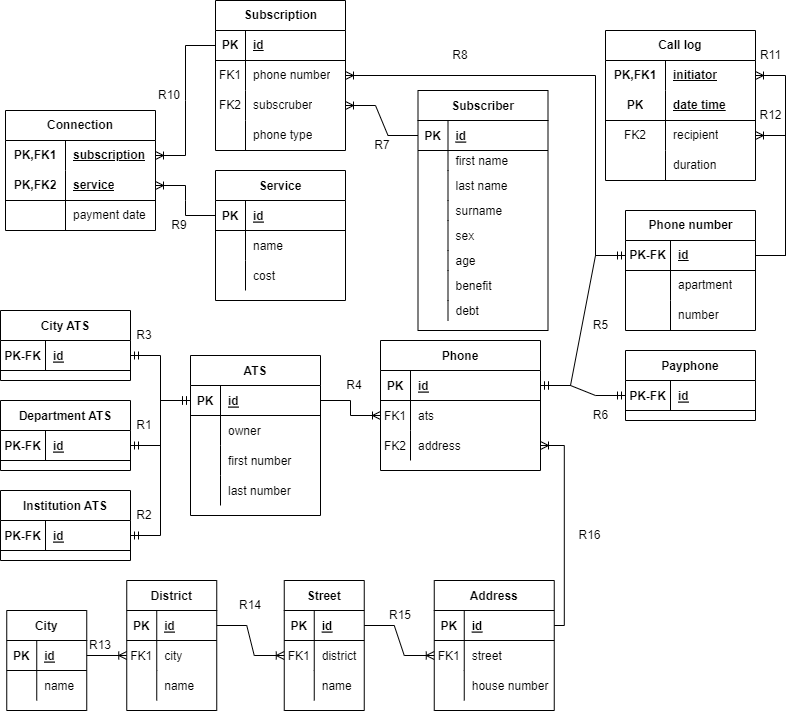
Before: report/resources/er.png, a diagram exported from draw.io (Flynis/citnis). Source tidied: cells renumbered, new cells last; positions are measured from the earlier drawing's top-left corner, leaving out a move shared by most shapes.
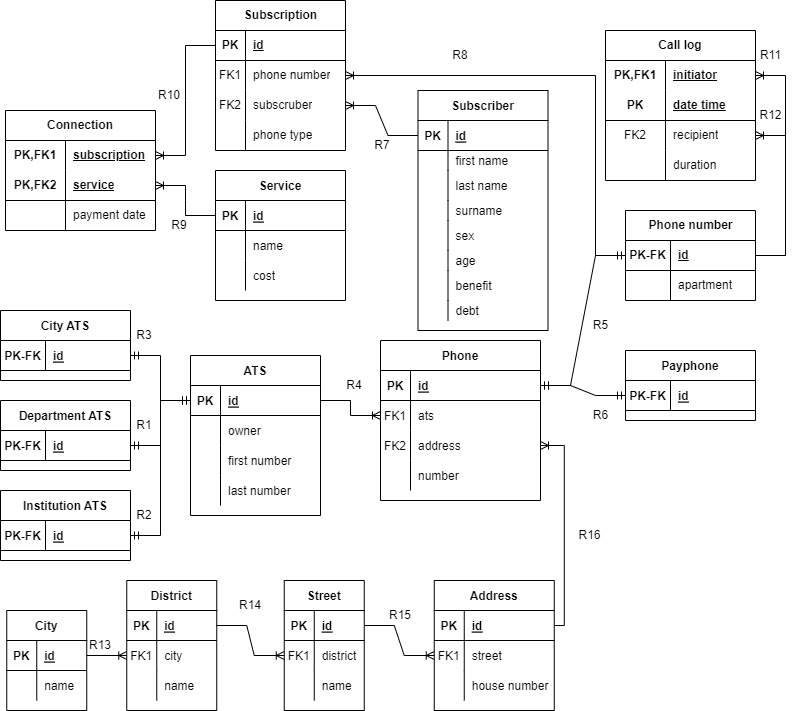
The same diagram one commit later.

What changed in the source:
```diff
@@ -3,7 +3,7 @@
     <mxCell id="0" />
     <mxCell id="1" parent="0" />
     <mxCell id="2" value="Phone" style="shape=table;startSize=30;rowLines=0;fontStyle=1;align=center;" parent="1" vertex="1">
-      <mxGeometry x="380" y="340" width="160" height="130" as="geometry" />
+      <mxGeometry x="380" y="340" width="160" height="160" as="geometry" />
     </mxCell>
     <mxCell id="3" style="shape=partialRectangle;fillColor=none;points=[[0,0.5],[1,0.5]];portConstraint=eastwest;top=0;left=0;right=0;bottom=1;" parent="2" vertex="1">
       <mxGeometry y="30" width="160" height="30" as="geometry" />
@@ -32,6 +32,15 @@
     <mxCell id="11" value="address" style="shape=partialRectangle;overflow=hidden;fillColor=none;top=0;left=0;bottom=0;right=0;align=left;spacingLeft=6;" parent="9" vertex="1">
       <mxGeometry x="30" width="130" height="30" as="geometry" />
     </mxCell>
+    <mxCell id="191" style="shape=partialRectangle;fillColor=none;top=0;left=0;right=0;bottom=0;" parent="2" vertex="1">
+      <mxGeometry y="120" width="160" height="30" as="geometry" />
+    </mxCell>
+    <mxCell id="192" style="shape=partialRectangle;overflow=hidden;fillColor=none;top=0;left=0;bottom=0;right=0;" parent="191" vertex="1">
+      <mxGeometry width="30" height="30" as="geometry" />
+    </mxCell>
+    <mxCell id="92" value="number" style="shape=partialRectangle;overflow=hidden;fillColor=none;top=0;left=0;bottom=0;right=0;align=left;spacingLeft=6;" parent="191" vertex="1">
+      <mxGeometry x="30" width="130" height="30" as="geometry" />
+    </mxCell>
     <mxCell id="12" value="Subscriber" style="shape=table;startSize=30;rowLines=0;fontStyle=1;align=center;" parent="1" vertex="1">
       <mxGeometry x="417.5" y="90" width="130" height="240" as="geometry" />
     </mxCell>
@@ -250,7 +259,7 @@
       <mxGeometry x="45" width="85" height="30" as="geometry" />
     </mxCell>
     <mxCell id="83" value="Phone number" style="shape=table;startSize=30;rowLines=0;fontStyle=1;align=center;html=1;" parent="1" vertex="1">
-      <mxGeometry x="625" y="210" width="130" height="120" as="geometry" />
+      <mxGeometry x="625" y="210" width="130" height="90" as="geometry" />
     </mxCell>
     <mxCell id="84" style="shape=tableRow;horizontal=0;startSize=0;swimlaneHead=0;swimlaneBody=0;fillColor=none;points=[[0,0.5],[1,0.5]];portConstraint=eastwest;top=0;left=0;right=0;bottom=1;" parent="83" vertex="1">
       <mxGeometry y="30" width="130" height="30" as="geometry" />
@@ -270,15 +279,6 @@
     <mxCell id="89" value="apartment" style="shape=partialRectangle;fillColor=none;top=0;left=0;bottom=0;right=0;align=left;spacingLeft=6;overflow=hidden;whiteSpace=wrap;html=1;" parent="87" vertex="1">
       <mxGeometry x="45" width="85" height="30" as="geometry" />
     </mxCell>
-    <mxCell id="90" style="shape=tableRow;horizontal=0;startSize=0;swimlaneHead=0;swimlaneBody=0;fillColor=none;top=0;left=0;right=0;bottom=0;" parent="83" vertex="1">
-      <mxGeometry y="90" width="130" height="30" as="geometry" />
-    </mxCell>
-    <mxCell id="91" style="shape=partialRectangle;fillColor=none;top=0;left=0;bottom=0;right=0;overflow=hidden;whiteSpace=wrap;html=1;" parent="90" vertex="1">
-      <mxGeometry width="45" height="30" as="geometry" />
-    </mxCell>
-    <mxCell id="92" value="number" style="shape=partialRectangle;fillColor=none;top=0;left=0;bottom=0;right=0;align=left;spacingLeft=6;overflow=hidden;whiteSpace=wrap;html=1;" parent="90" vertex="1">
-      <mxGeometry x="45" width="85" height="30" as="geometry" />
-    </mxCell>
     <mxCell id="93" style="edgeStyle=entityRelationEdgeStyle;fontSize=12;html=1;endArrow=none;rounded=0;startArrow=ERoneToMany;startFill=0;endFill=0;entryX=0;entryY=0.5;entryDx=0;entryDy=0;exitX=1;exitY=0.5;exitDx=0;exitDy=0;" parent="1" edge="1" source="57" target="13">
       <mxGeometry relative="1" as="geometry" />
     </mxCell>
```
